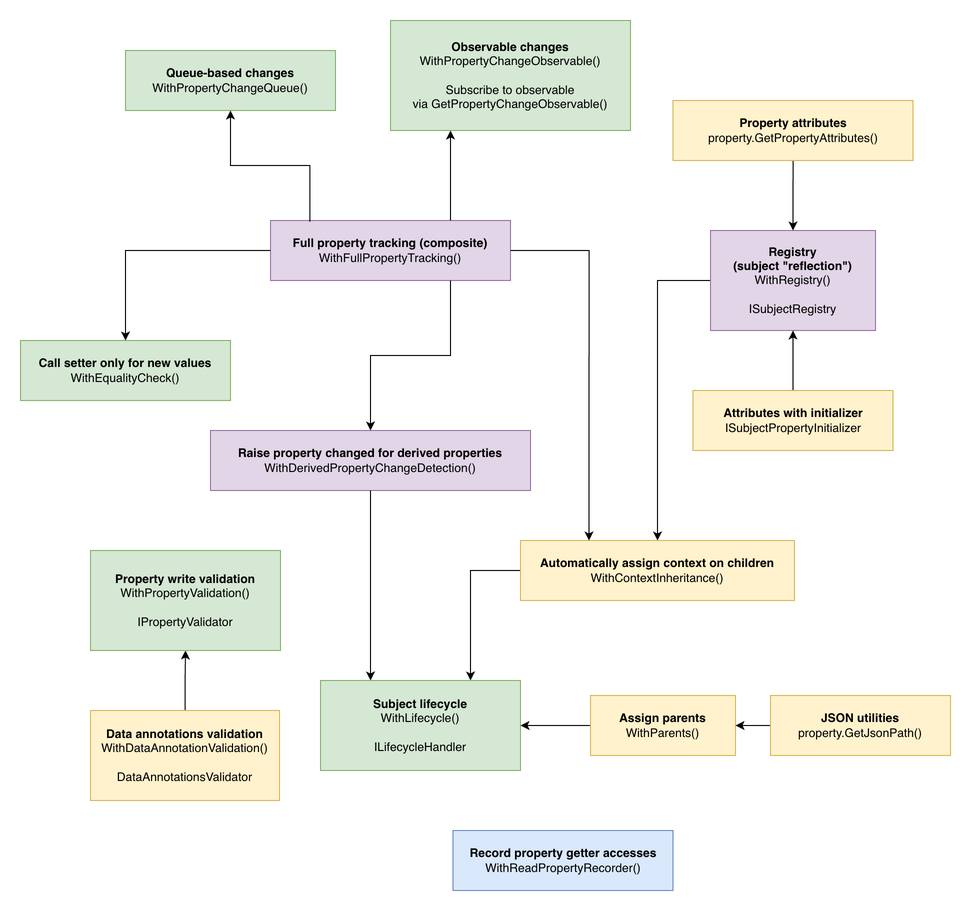
Earlier version of the draw.io export features.png (RicoSuter/Namotion.Interceptor). Source tidied: cells renumbered, new cells last; positions are measured from the earlier drawing's top-left corner, leaving out a move shared by most shapes. Its diagram source:
```xml
<mxGraphModel>
  <root>
    <mxCell id="0" />
    <mxCell id="1" parent="0" />
    <mxCell id="2" style="edgeStyle=orthogonalEdgeStyle;rounded=0;jettySize=auto;html=1;entryX=0.5;entryY=1;entryDx=0;entryDy=0;" parent="1" edge="1" source="4" target="3">
      <mxGeometry relative="1" as="geometry" />
    </mxCell>
    <mxCell id="3" value="&lt;div&gt;&lt;b&gt;Property write validation&lt;/b&gt;&lt;/div&gt;&lt;div&gt;WithPropertyValidation()&lt;/div&gt;&lt;div&gt;&lt;br&gt;&lt;/div&gt;IPropertyValidator" style="rounded=0;whiteSpace=wrap;html=1;fillColor=#d5e8d4;strokeColor=#82b366;" parent="1" vertex="1">
      <mxGeometry x="70" y="530" width="190" height="100" as="geometry" />
    </mxCell>
    <mxCell id="4" value="&lt;div&gt;&lt;b&gt;&lt;span style=&quot;background-color: initial;&quot;&gt;Data annotations validation&lt;/span&gt;&lt;/b&gt;&lt;/div&gt;&lt;div&gt;&lt;span style=&quot;background-color: initial;&quot;&gt;WithDataAnnotationValidation()&lt;/span&gt;&lt;br&gt;&lt;/div&gt;&lt;div&gt;&lt;br&gt;&lt;/div&gt;DataAnnotationsValidator" style="rounded=0;whiteSpace=wrap;html=1;fillColor=#fff2cc;strokeColor=#d6b656;" parent="1" vertex="1">
      <mxGeometry x="70" y="690" width="189" height="90" as="geometry" />
    </mxCell>
    <mxCell id="5" style="edgeStyle=orthogonalEdgeStyle;rounded=0;jettySize=auto;html=1;entryX=0.5;entryY=0;entryDx=0;entryDy=0;exitX=0;exitY=0.5;exitDx=0;exitDy=0;" parent="1" edge="1" source="6" target="9">
      <mxGeometry relative="1" as="geometry" />
    </mxCell>
    <mxCell id="6" value="&lt;b&gt;Registry &lt;br&gt;(subject &quot;reflection&quot;)&lt;/b&gt;&lt;div&gt;WithRegistry()&lt;/div&gt;&lt;div&gt;&lt;br&gt;&lt;div&gt;ISubjectRegistry&lt;br&gt;&lt;/div&gt;&lt;/div&gt;" style="rounded=0;whiteSpace=wrap;html=1;fillColor=#e1d5e7;strokeColor=#9673a6;" parent="1" vertex="1">
      <mxGeometry x="690" y="210" width="165" height="100" as="geometry" />
    </mxCell>
    <mxCell id="7" style="edgeStyle=orthogonalEdgeStyle;rounded=0;jettySize=auto;html=1;entryX=0.75;entryY=0;entryDx=0;entryDy=0;exitX=0;exitY=0.5;exitDx=0;exitDy=0;" parent="1" edge="1" source="9" target="8">
      <mxGeometry relative="1" as="geometry">
        <Array as="points">
          <mxPoint x="450" y="550" />
        </Array>
      </mxGeometry>
    </mxCell>
    <mxCell id="8" value="&lt;div&gt;&lt;b&gt;Subject lifecycle&lt;/b&gt;&lt;/div&gt;&lt;div&gt;WithLifecycle()&lt;br&gt;&lt;/div&gt;&lt;div&gt;&lt;br&gt;&lt;/div&gt;ILifecycleHandler" style="rounded=0;whiteSpace=wrap;html=1;fillColor=#d5e8d4;strokeColor=#82b366;" parent="1" vertex="1">
      <mxGeometry x="300" y="660" width="200" height="90" as="geometry" />
    </mxCell>
    <mxCell id="9" value="&lt;div&gt;&lt;b&gt;Automatically assign context on children&lt;/b&gt;&lt;/div&gt;WithContextInheritance()" style="rounded=0;whiteSpace=wrap;html=1;fillColor=#fff2cc;strokeColor=#d6b656;" parent="1" vertex="1">
      <mxGeometry x="500" y="520" width="274" height="60" as="geometry" />
    </mxCell>
    <mxCell id="10" style="edgeStyle=orthogonalEdgeStyle;rounded=0;jettySize=auto;html=1;entryX=1;entryY=0.5;entryDx=0;entryDy=0;" parent="1" edge="1" source="11" target="8">
      <mxGeometry relative="1" as="geometry" />
    </mxCell>
    <mxCell id="11" value="&lt;div&gt;&lt;b&gt;Assign parents&lt;/b&gt;&lt;/div&gt;WithParents()" style="rounded=0;whiteSpace=wrap;html=1;fillColor=#fff2cc;strokeColor=#d6b656;" parent="1" vertex="1">
      <mxGeometry x="570" y="675" width="145" height="60" as="geometry" />
    </mxCell>
    <mxCell id="12" value="&lt;div&gt;&lt;span style=&quot;background-color: initial;&quot;&gt;&lt;b&gt;Observable changes&lt;/b&gt;&lt;/span&gt;&lt;/div&gt;&lt;div&gt;&lt;span style=&quot;background-color: transparent;&quot;&gt;WithPropertyChangeObservable&lt;/span&gt;&lt;span style=&quot;background-color: initial;&quot;&gt;()&lt;/span&gt;&lt;br&gt;&lt;/div&gt;&lt;div&gt;&lt;br&gt;&lt;/div&gt;&lt;div&gt;Subscribe to observable via&amp;nbsp;GetPropertyChangeObservable()&lt;/div&gt;" style="rounded=0;whiteSpace=wrap;html=1;fillColor=#d5e8d4;strokeColor=#82b366;" parent="1" vertex="1">
      <mxGeometry x="370" width="240" height="110" as="geometry" />
    </mxCell>
    <mxCell id="13" value="&lt;div&gt;&lt;b&gt;Record property getter accesses&lt;/b&gt;&lt;/div&gt;WithReadPropertyRecorder()" style="rounded=0;whiteSpace=wrap;html=1;fillColor=#dae8fc;strokeColor=#6c8ebf;" parent="1" vertex="1">
      <mxGeometry x="432.5" y="810" width="220" height="60" as="geometry" />
    </mxCell>
    <mxCell id="14" value="&lt;div&gt;&lt;b&gt;Raise property changed for derived properties&lt;/b&gt;&lt;/div&gt;WithDerivedPropertyChangeDetection()" style="rounded=0;whiteSpace=wrap;html=1;fillColor=#e1d5e7;strokeColor=#9673a6;" parent="1" vertex="1">
      <mxGeometry x="190" y="410" width="320" height="60" as="geometry" />
    </mxCell>
    <mxCell id="15" style="edgeStyle=orthogonalEdgeStyle;rounded=0;jettySize=auto;html=1;entryX=0.25;entryY=0;entryDx=0;entryDy=0;" parent="1" edge="1" source="14" target="8">
      <mxGeometry relative="1" as="geometry" />
    </mxCell>
    <mxCell id="16" value="&lt;div&gt;&lt;b&gt;Call setter only for new values&lt;/b&gt;&lt;/div&gt;WithEqualityCheck()" style="rounded=0;whiteSpace=wrap;html=1;fillColor=#d5e8d4;strokeColor=#82b366;" parent="1" vertex="1">
      <mxGeometry y="320" width="210" height="60" as="geometry" />
    </mxCell>
    <mxCell id="17" style="edgeStyle=orthogonalEdgeStyle;rounded=0;jettySize=auto;html=1;entryX=1;entryY=0.5;entryDx=0;entryDy=0;" parent="1" edge="1" source="18" target="11">
      <mxGeometry relative="1" as="geometry" />
    </mxCell>
    <mxCell id="18" value="&lt;b&gt;JSON utilities&lt;/b&gt;&lt;br&gt;property.GetJsonPath()" style="rounded=0;whiteSpace=wrap;html=1;fillColor=#fff2cc;strokeColor=#d6b656;" parent="1" vertex="1">
      <mxGeometry x="750" y="675" width="180" height="60" as="geometry" />
    </mxCell>
    <mxCell id="19" style="edgeStyle=orthogonalEdgeStyle;rounded=0;jettySize=auto;html=1;entryX=0.5;entryY=0;entryDx=0;entryDy=0;exitX=0.5;exitY=1;exitDx=0;exitDy=0;" parent="1" edge="1" source="20" target="6">
      <mxGeometry relative="1" as="geometry">
        <Array as="points">
          <mxPoint x="770" y="110" />
          <mxPoint x="770" y="130" />
          <mxPoint x="773" y="130" />
        </Array>
      </mxGeometry>
    </mxCell>
    <mxCell id="20" value="&lt;b&gt;Property attributes&lt;/b&gt;&lt;div&gt;property.GetPropertyAttributes()&lt;/div&gt;" style="rounded=0;whiteSpace=wrap;html=1;fillColor=#fff2cc;strokeColor=#d6b656;" parent="1" vertex="1">
      <mxGeometry x="652.5" y="80" width="240" height="60" as="geometry" />
    </mxCell>
    <mxCell id="21" style="edgeStyle=orthogonalEdgeStyle;rounded=0;jettySize=auto;html=1;entryX=0.5;entryY=1;entryDx=0;entryDy=0;" parent="1" edge="1" source="22" target="6">
      <mxGeometry relative="1" as="geometry" />
    </mxCell>
    <mxCell id="22" value="&lt;div&gt;&lt;b&gt;Attributes with initializer&lt;/b&gt;&lt;/div&gt;ISubjectPropertyInitializer" style="rounded=0;whiteSpace=wrap;html=1;fillColor=#fff2cc;strokeColor=#d6b656;" parent="1" vertex="1">
      <mxGeometry x="672.5" y="370" width="200" height="60" as="geometry" />
    </mxCell>
    <mxCell id="23" value="&lt;div&gt;&lt;b&gt;Full property tracking (composite)&lt;/b&gt;&lt;/div&gt;WithFullPropertyTracking()" style="rounded=0;whiteSpace=wrap;html=1;fillColor=#e1d5e7;strokeColor=#9673a6;" parent="1" vertex="1">
      <mxGeometry x="250" y="200" width="240" height="60" as="geometry" />
    </mxCell>
    <mxCell id="24" style="edgeStyle=orthogonalEdgeStyle;rounded=0;jettySize=auto;html=1;entryX=0.5;entryY=0;entryDx=0;entryDy=0;exitX=0;exitY=0.5;exitDx=0;exitDy=0;" parent="1" edge="1" source="23" target="16">
      <mxGeometry relative="1" as="geometry" />
    </mxCell>
    <mxCell id="25" style="edgeStyle=orthogonalEdgeStyle;rounded=0;jettySize=auto;html=1;entryX=0.5;entryY=0;entryDx=0;entryDy=0;exitX=0.75;exitY=1;exitDx=0;exitDy=0;" parent="1" edge="1" source="23" target="14">
      <mxGeometry relative="1" as="geometry" />
    </mxCell>
    <mxCell id="26" style="edgeStyle=orthogonalEdgeStyle;rounded=0;jettySize=auto;html=1;entryX=0.25;entryY=1;entryDx=0;entryDy=0;exitX=0.75;exitY=0;exitDx=0;exitDy=0;" parent="1" edge="1" source="23" target="12">
      <mxGeometry relative="1" as="geometry" />
    </mxCell>
    <mxCell id="27" style="edgeStyle=orthogonalEdgeStyle;rounded=0;jettySize=auto;html=1;entryX=0.25;entryY=0;entryDx=0;entryDy=0;" parent="1" edge="1" source="23" target="9">
      <mxGeometry relative="1" as="geometry" />
    </mxCell>
    <mxCell id="28" value="&lt;div&gt;&lt;b&gt;Queue-based changes&lt;/b&gt;&lt;/div&gt;WithPropertyChangeQueue()" style="rounded=0;whiteSpace=wrap;html=1;fillColor=#d5e8d4;strokeColor=#82b366;" parent="1" vertex="1">
      <mxGeometry x="105" y="30" width="210" height="60" as="geometry" />
    </mxCell>
    <mxCell id="29" style="edgeStyle=orthogonalEdgeStyle;rounded=0;jettySize=auto;html=1;entryX=0.5;entryY=1;entryDx=0;entryDy=0;exitX=0.164;exitY=0.02;exitDx=0;exitDy=0;exitPerimeter=0;" parent="1" edge="1" source="23" target="28">
      <mxGeometry relative="1" as="geometry" />
    </mxCell>
  </root>
</mxGraphModel>
```
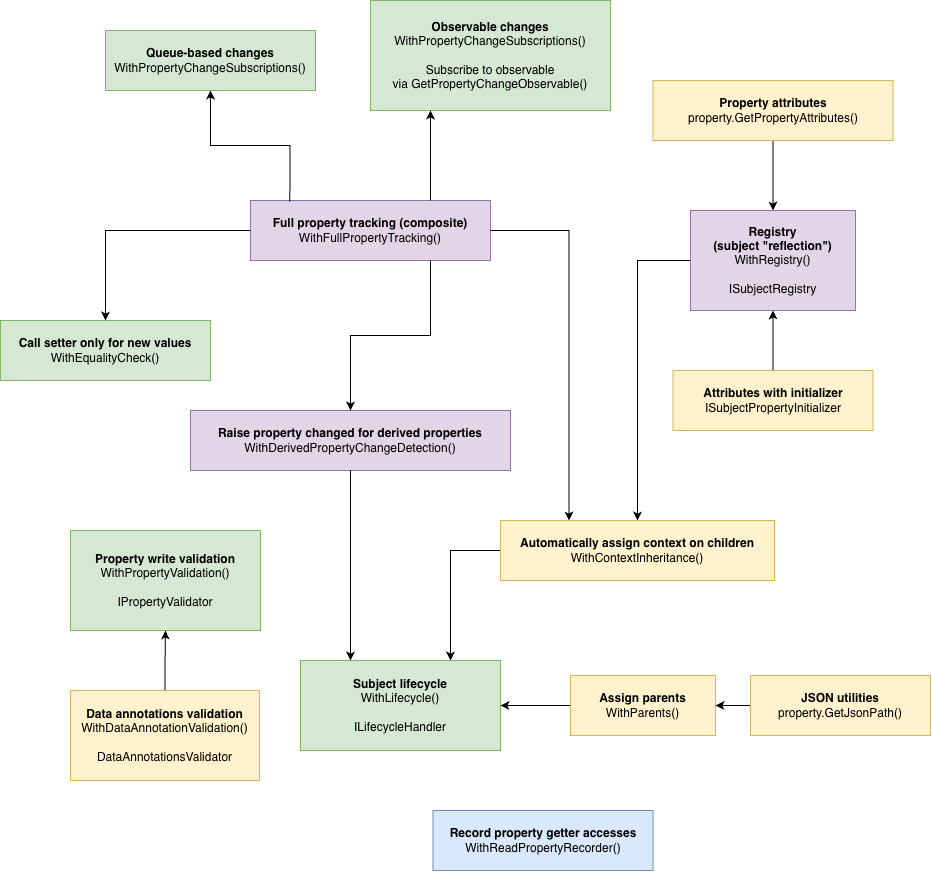
After the change.

Change to the diagram source:
```diff
@@ -36,7 +36,7 @@
     <mxCell id="11" value="&lt;div&gt;&lt;b&gt;Assign parents&lt;/b&gt;&lt;/div&gt;WithParents()" style="rounded=0;whiteSpace=wrap;html=1;fillColor=#fff2cc;strokeColor=#d6b656;" parent="1" vertex="1">
       <mxGeometry x="570" y="675" width="145" height="60" as="geometry" />
     </mxCell>
-    <mxCell id="12" value="&lt;div&gt;&lt;span style=&quot;background-color: initial;&quot;&gt;&lt;b&gt;Observable changes&lt;/b&gt;&lt;/span&gt;&lt;/div&gt;&lt;div&gt;&lt;span style=&quot;background-color: transparent;&quot;&gt;WithPropertyChangeObservable&lt;/span&gt;&lt;span style=&quot;background-color: initial;&quot;&gt;()&lt;/span&gt;&lt;br&gt;&lt;/div&gt;&lt;div&gt;&lt;br&gt;&lt;/div&gt;&lt;div&gt;Subscribe to observable via&amp;nbsp;GetPropertyChangeObservable()&lt;/div&gt;" style="rounded=0;whiteSpace=wrap;html=1;fillColor=#d5e8d4;strokeColor=#82b366;" parent="1" vertex="1">
+    <mxCell id="12" value="&lt;div&gt;&lt;span style=&quot;background-color: initial;&quot;&gt;&lt;b&gt;Observable changes&lt;/b&gt;&lt;/span&gt;&lt;/div&gt;&lt;div&gt;&lt;span style=&quot;background-color: transparent;&quot;&gt;WithPropertyChangeSubscriptions&lt;/span&gt;&lt;span style=&quot;background-color: initial;&quot;&gt;()&lt;/span&gt;&lt;br&gt;&lt;/div&gt;&lt;div&gt;&lt;br&gt;&lt;/div&gt;&lt;div&gt;Subscribe to observable via&amp;nbsp;GetPropertyChangeObservable()&lt;/div&gt;" style="rounded=0;whiteSpace=wrap;html=1;fillColor=#d5e8d4;strokeColor=#82b366;" parent="1" vertex="1">
       <mxGeometry x="370" width="240" height="110" as="geometry" />
     </mxCell>
     <mxCell id="13" value="&lt;div&gt;&lt;b&gt;Record property getter accesses&lt;/b&gt;&lt;/div&gt;WithReadPropertyRecorder()" style="rounded=0;whiteSpace=wrap;html=1;fillColor=#dae8fc;strokeColor=#6c8ebf;" parent="1" vertex="1">
@@ -90,7 +90,7 @@
     <mxCell id="27" style="edgeStyle=orthogonalEdgeStyle;rounded=0;jettySize=auto;html=1;entryX=0.25;entryY=0;entryDx=0;entryDy=0;" parent="1" edge="1" source="23" target="9">
       <mxGeometry relative="1" as="geometry" />
     </mxCell>
-    <mxCell id="28" value="&lt;div&gt;&lt;b&gt;Queue-based changes&lt;/b&gt;&lt;/div&gt;WithPropertyChangeQueue()" style="rounded=0;whiteSpace=wrap;html=1;fillColor=#d5e8d4;strokeColor=#82b366;" parent="1" vertex="1">
+    <mxCell id="28" value="&lt;div&gt;&lt;b&gt;Queue-based changes&lt;/b&gt;&lt;/div&gt;WithPropertyChangeSubscriptions()" style="rounded=0;whiteSpace=wrap;html=1;fillColor=#d5e8d4;strokeColor=#82b366;" parent="1" vertex="1">
       <mxGeometry x="105" y="30" width="210" height="60" as="geometry" />
     </mxCell>
     <mxCell id="29" style="edgeStyle=orthogonalEdgeStyle;rounded=0;jettySize=auto;html=1;entryX=0.5;entryY=1;entryDx=0;entryDy=0;exitX=0.164;exitY=0.02;exitDx=0;exitDy=0;exitPerimeter=0;" parent="1" edge="1" source="23" target="28">
```
